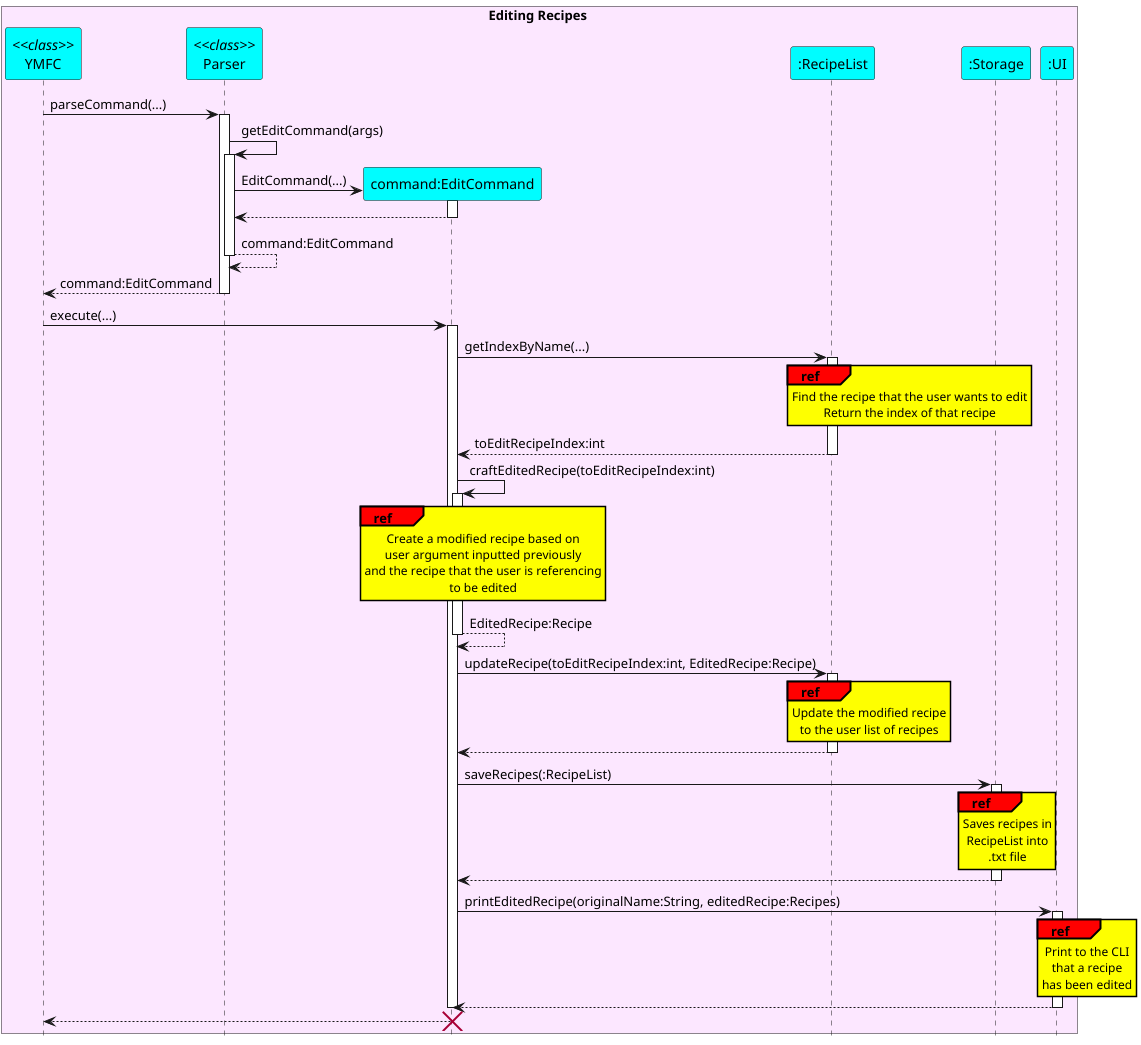
nus-cs2113-AY2425S1/tp keeps this PlantUML diagram as docs/img/SequenceDiagrams/EditRecipesSequenceDiagram.png. Above is the earlier version. The source it was exported from:
```plantuml
@startuml
!include Style.puml

hide footbox
skinparam guillemet false
skinparam sequenceReferenceBackgroundColor COLOR_YELLOW
skinparam sequenceReferenceHeaderBackgroundColor COLOR_RED
skinparam ParticipantBackGroundColor COLOR_LIGHTBLUE
skinparam {
    SequenceGroupBackgroundColor COLOR_LIGHTRED
}

box Editing Recipes COLOR_PALE_PINK
participant "YMFC" as YMFC <<class>>
participant "Parser" as Parser <<class>>
participant "command:EditCommand" as EditCommand
participant ":Storage" as Storage
participant ":RecipeList" as RecipeList
participant ":Storage" as Storage
participant ":UI" as UI
end box

YMFC -> Parser : parseCommand(...)
activate Parser

Parser -> Parser : getEditCommand(args)
activate Parser

create EditCommand
Parser -> EditCommand : EditCommand(...)
activate EditCommand
EditCommand --> Parser
deactivate EditCommand


Parser --> Parser : command:EditCommand
deactivate Parser
Parser --> YMFC : command:EditCommand
deactivate Parser

YMFC -> EditCommand : execute(...)
activate EditCommand

EditCommand -> RecipeList : getIndexByName(...)
activate RecipeList
ref over RecipeList
    Find the recipe that the user wants to edit
    Return the index of that recipe
end ref
RecipeList --> EditCommand : toEditRecipeIndex:int
deactivate RecipeList

EditCommand -> EditCommand : craftEditedRecipe(toEditRecipeIndex:int)
activate EditCommand
ref over EditCommand
    Create a modified recipe based on
    user argument inputted previously
    and the recipe that the user is referencing
    to be edited
end ref
EditCommand --> EditCommand : EditedRecipe:Recipe
deactivate EditCommand

EditCommand -> RecipeList : updateRecipe(toEditRecipeIndex:int, EditedRecipe:Recipe)
activate RecipeList
ref over RecipeList
    Update the modified recipe
    to the user list of recipes
end ref
RecipeList --> EditCommand :
deactivate RecipeList

EditCommand -> Storage : saveRecipes(:RecipeList)
activate Storage
ref over Storage
    Saves recipes in
    RecipeList into
    .txt file
end ref
Storage --> EditCommand
deactivate Storage

EditCommand -> UI : printEditedRecipe(originalName:String, editedRecipe:Recipes)
activate UI
ref over UI
    Print to the CLI
    that a recipe
    has been edited
end ref
UI --> EditCommand
deactivate UI


deactivate EditCommand
EditCommand --> YMFC
deactivate EditCommand

destroy EditCommand


@enduml
```
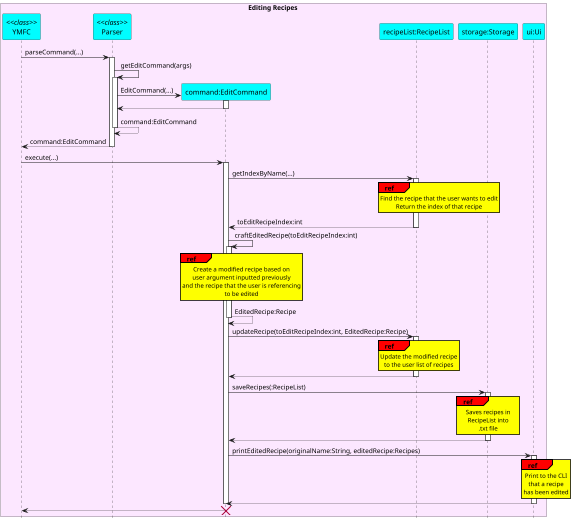
The same diagram one commit later.

Commit message:
Fix edit command sequence diagram

Change to the diagram source:
```diff
@@ -14,10 +14,9 @@
 participant "YMFC" as YMFC <<class>>
 participant "Parser" as Parser <<class>>
 participant "command:EditCommand" as EditCommand
-participant ":Storage" as Storage
-participant ":RecipeList" as RecipeList
-participant ":Storage" as Storage
-participant ":UI" as UI
+participant "recipeList:RecipeList" as RecipeList
+participant "storage:Storage" as Storage
+participant "ui:Ui" as Ui
 end box
 
 YMFC -> Parser : parseCommand(...)
@@ -80,15 +79,15 @@
 Storage --> EditCommand
 deactivate Storage
 
-EditCommand -> UI : printEditedRecipe(originalName:String, editedRecipe:Recipes)
-activate UI
-ref over UI
+EditCommand -> Ui : printEditedRecipe(originalName:String, editedRecipe:Recipes)
+activate Ui
+ref over Ui
     Print to the CLI
     that a recipe
     has been edited
 end ref
-UI --> EditCommand
-deactivate UI
+Ui --> EditCommand
+deactivate Ui
 
 
 deactivate EditCommand
```
